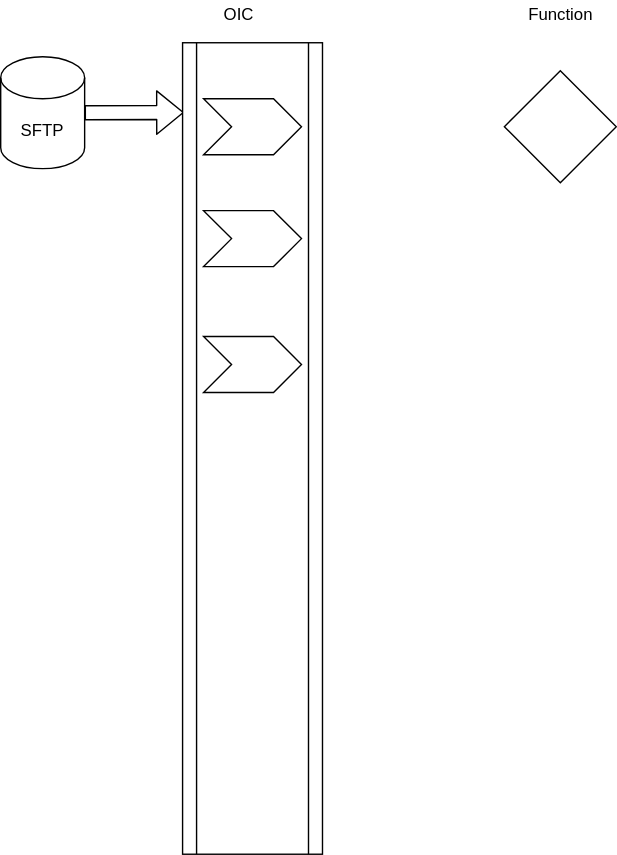
Before: OIC-Digital-Signature-Flow.svg, a diagram exported from draw.io (agregory999/oci-architecture). Source tidied: cells renumbered, new cells last; positions are measured from the earlier drawing's top-left corner, leaving out a move shared by most shapes. Source of this version:
```xml
<mxGraphModel>
  <root>
    <mxCell id="0" />
    <mxCell id="1" parent="0" />
    <mxCell id="2" value="OIC" style="text;html=1;align=center;verticalAlign=middle;" parent="1" vertex="1">
      <mxGeometry x="150" width="40" height="20" as="geometry" />
    </mxCell>
    <mxCell id="3" value="SFTP" style="shape=cylinder3;whiteSpace=wrap;html=1;boundedLbl=1;backgroundOutline=1;size=15;" parent="1" vertex="1">
      <mxGeometry y="40" width="60" height="80" as="geometry" />
    </mxCell>
    <mxCell id="4" style="shape=flexArrow;endArrow=classic;html=1;exitX=1;exitY=0.5;exitDx=0;exitDy=0;exitPerimeter=0;entryX=0.01;entryY=0.086;entryDx=0;entryDy=0;entryPerimeter=0;" parent="1" edge="1" source="3" target="5">
      <mxGeometry relative="1" as="geometry" />
    </mxCell>
    <mxCell id="5" style="shape=process;whiteSpace=wrap;html=1;backgroundOutline=1;" parent="1" vertex="1">
      <mxGeometry x="130" y="30" width="100" height="580" as="geometry" />
    </mxCell>
    <mxCell id="6" style="shape=step;perimeter=stepPerimeter;whiteSpace=wrap;html=1;fixedSize=1;" parent="1" vertex="1">
      <mxGeometry x="145" y="150" width="70" height="40" as="geometry" />
    </mxCell>
    <mxCell id="7" style="shape=step;perimeter=stepPerimeter;whiteSpace=wrap;html=1;fixedSize=1;" parent="1" vertex="1">
      <mxGeometry x="145" y="240" width="70" height="40" as="geometry" />
    </mxCell>
    <mxCell id="8" style="shape=step;perimeter=stepPerimeter;whiteSpace=wrap;html=1;fixedSize=1;" parent="1" vertex="1">
      <mxGeometry x="145" y="70" width="70" height="40" as="geometry" />
    </mxCell>
    <mxCell id="9" style="rhombus;whiteSpace=wrap;html=1;" parent="1" vertex="1">
      <mxGeometry x="360" y="50" width="80" height="80" as="geometry" />
    </mxCell>
    <mxCell id="10" value="Function" style="text;html=1;align=center;verticalAlign=middle;" parent="1" vertex="1">
      <mxGeometry x="370" width="60" height="20" as="geometry" />
    </mxCell>
  </root>
</mxGraphModel>
```
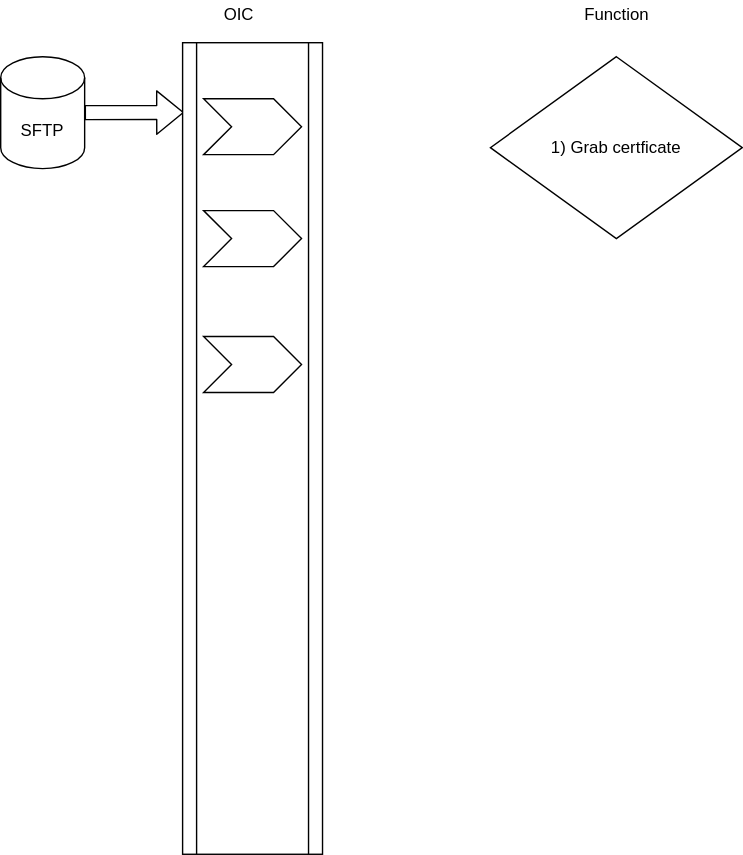
Later version of the same file.

What changed in the source:
```diff
@@ -23,11 +23,11 @@
     <mxCell id="8" style="shape=step;perimeter=stepPerimeter;whiteSpace=wrap;html=1;fixedSize=1;" parent="1" vertex="1">
       <mxGeometry x="145" y="70" width="70" height="40" as="geometry" />
     </mxCell>
-    <mxCell id="9" style="rhombus;whiteSpace=wrap;html=1;" parent="1" vertex="1">
-      <mxGeometry x="360" y="50" width="80" height="80" as="geometry" />
+    <mxCell id="9" value="&lt;div align=&quot;left&quot;&gt;1) Grab certficate&lt;br&gt;&lt;/div&gt;" style="rhombus;whiteSpace=wrap;html=1;" parent="1" vertex="1">
+      <mxGeometry x="350" y="40" width="180" height="130" as="geometry" />
     </mxCell>
     <mxCell id="10" value="Function" style="text;html=1;align=center;verticalAlign=middle;" parent="1" vertex="1">
-      <mxGeometry x="370" width="60" height="20" as="geometry" />
+      <mxGeometry x="410" width="60" height="20" as="geometry" />
     </mxCell>
   </root>
 </mxGraphModel>
```
